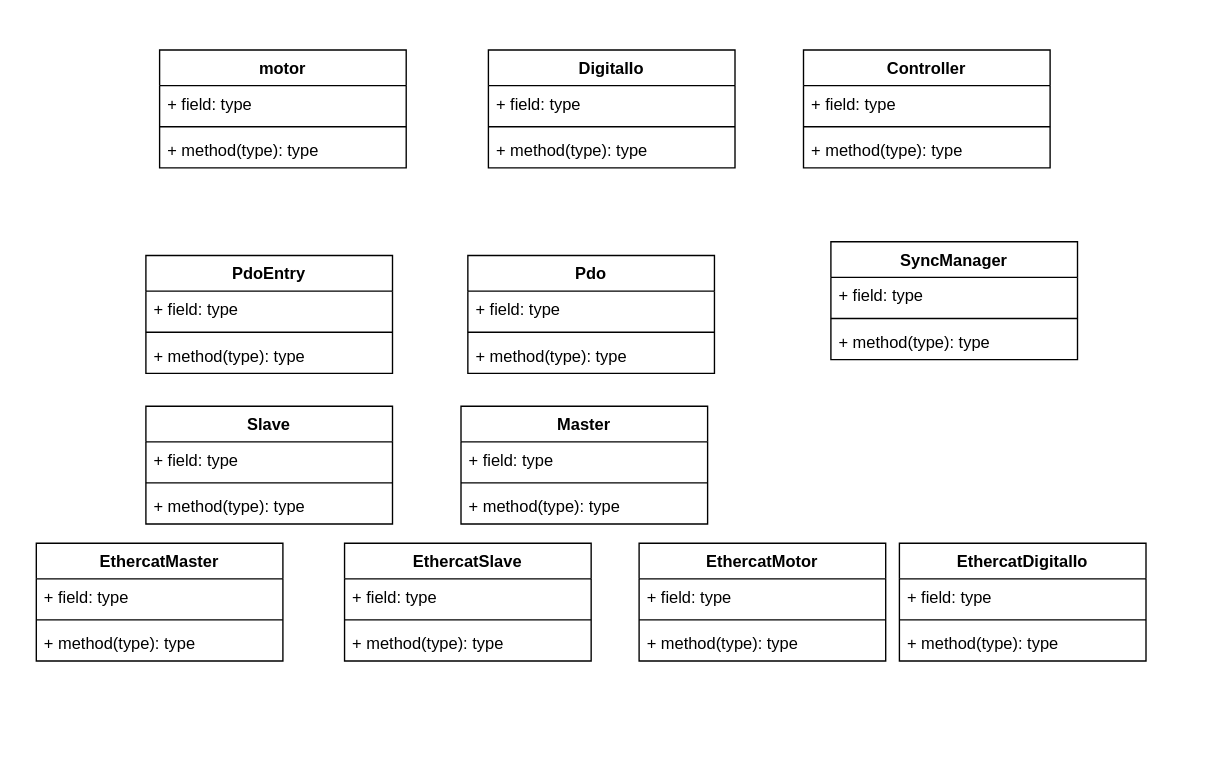
This is Untitled Diagram.drawio from jadenzhangrobot/diagrams, a draw.io file, before an edit. Source tidied: cells renumbered, new cells numbered last; positions are measured from the earlier drawing's top-left corner, leaving out a move shared by most shapes. Both pictures are drawn from the tidied source at 137%, with x=0, y=0 at pixel (36, 49).
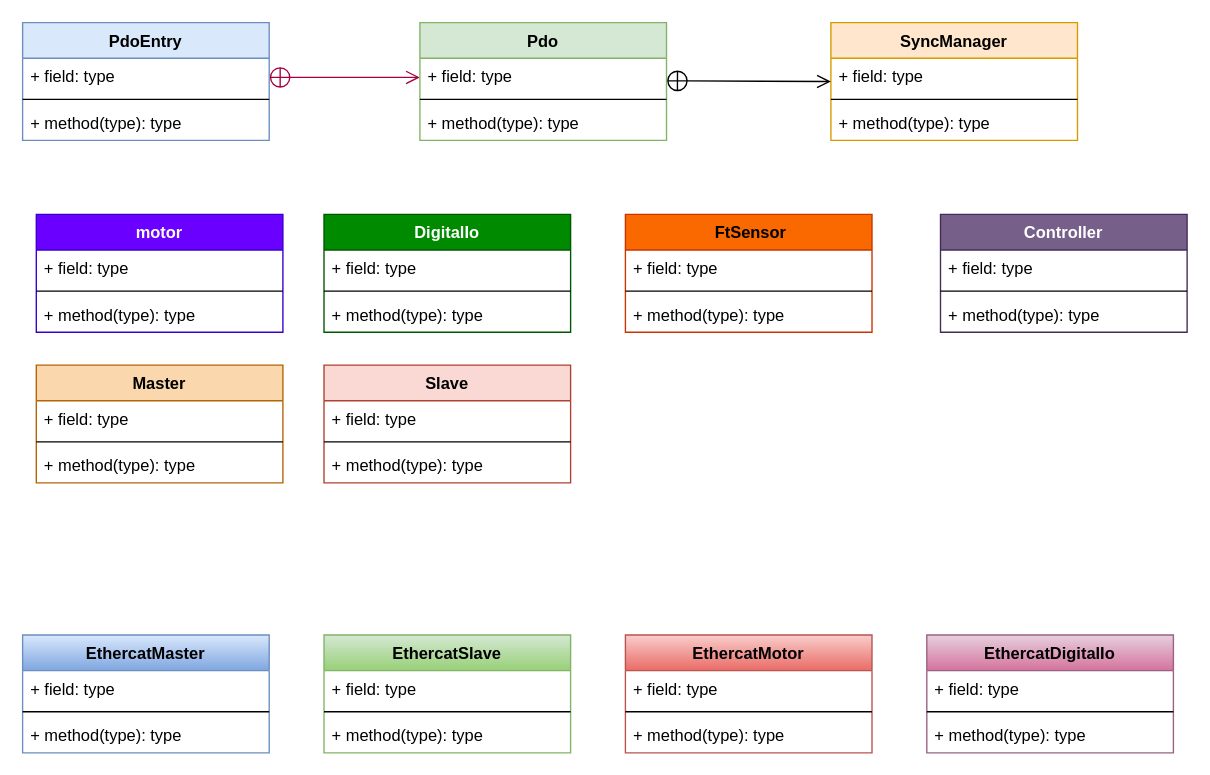
Above is the later version.

Diff of the diagram source:
```diff
@@
-    <mxCell id="2" value="motor" style="swimlane;fontStyle=1;align=center;verticalAlign=top;horizontal=1;startSize=26;" parent="1" vertex="1">
-      <mxGeometry x="90" width="180" height="86" as="geometry" />
+    <mxCell id="2" value="motor" style="swimlane;fontStyle=1;align=center;verticalAlign=top;horizontal=1;startSize=26;fillColor=#6a00ff;fontColor=#ffffff;strokeColor=#3700CC;" parent="1" vertex="1">
+      <mxGeometry y="120" width="180" height="86" as="geometry" />
     </mxCell>
@@
-    <mxCell id="6" value="DigitalIo" style="swimlane;fontStyle=1;align=center;verticalAlign=top;horizontal=1;startSize=26;" parent="1" vertex="1">
-      <mxGeometry x="330" width="180" height="86" as="geometry" />
+    <mxCell id="6" value="DigitalIo" style="swimlane;fontStyle=1;align=center;verticalAlign=top;horizontal=1;startSize=26;fillColor=#008a00;fontColor=#ffffff;strokeColor=#005700;" parent="1" vertex="1">
+      <mxGeometry x="210" y="120" width="180" height="86" as="geometry" />
     </mxCell>
@@
-    <mxCell id="10" value="PdoEntry" style="swimlane;fontStyle=1;align=center;verticalAlign=top;horizontal=1;startSize=26;" parent="1" vertex="1">
-      <mxGeometry x="80" y="150" width="180" height="86" as="geometry" />
+    <mxCell id="10" value="PdoEntry" style="swimlane;fontStyle=1;align=center;verticalAlign=top;horizontal=1;startSize=26;fillColor=#dae8fc;strokeColor=#6c8ebf;" parent="1" vertex="1">
+      <mxGeometry x="-10" y="-20" width="180" height="86" as="geometry" />
     </mxCell>
+    <mxCell id="50" style="endArrow=open;startArrow=circlePlus;endFill=0;startFill=0;endSize=8;html=1;rounded=0;fillColor=#d80073;strokeColor=#A50040;" parent="10" edge="1">
+      <mxGeometry relative="1" as="geometry">
+        <mxPoint x="180" y="40" as="sourcePoint" />
+        <mxPoint x="290" y="40" as="targetPoint" />
+      </mxGeometry>
+    </mxCell>
@@
-    <mxCell id="14" value="SyncManager" style="swimlane;fontStyle=1;align=center;verticalAlign=top;horizontal=1;startSize=26;" parent="1" vertex="1">
-      <mxGeometry x="580" y="140" width="180" height="86" as="geometry" />
+    <mxCell id="14" value="SyncManager" style="swimlane;fontStyle=1;align=center;verticalAlign=top;horizontal=1;startSize=26;fillColor=#ffe6cc;strokeColor=#d79b00;" parent="1" vertex="1">
+      <mxGeometry x="580" y="-20" width="180" height="86" as="geometry" />
     </mxCell>
@@
-    <mxCell id="18" value="    Pdo" style="swimlane;fontStyle=1;align=center;verticalAlign=top;horizontal=1;startSize=26;" parent="1" vertex="1">
-      <mxGeometry x="315" y="150" width="180" height="86" as="geometry" />
+    <mxCell id="18" value="    Pdo" style="swimlane;fontStyle=1;align=center;verticalAlign=top;horizontal=1;startSize=26;fillColor=#d5e8d4;strokeColor=#82b366;" parent="1" vertex="1">
+      <mxGeometry x="280" y="-20" width="180" height="86" as="geometry" />
     </mxCell>
@@
-    <mxCell id="22" value="EthercatMaster" style="swimlane;fontStyle=1;align=center;verticalAlign=top;horizontal=1;startSize=26;" parent="1" vertex="1">
-      <mxGeometry y="360" width="180" height="86" as="geometry" />
+    <mxCell id="22" value="EthercatMaster" style="swimlane;fontStyle=1;align=center;verticalAlign=top;horizontal=1;startSize=26;fillColor=#dae8fc;gradientColor=#7ea6e0;strokeColor=#6c8ebf;" parent="1" vertex="1">
+      <mxGeometry x="-10" y="427" width="180" height="86" as="geometry" />
     </mxCell>
@@
-    <mxCell id="26" value="EthercatMotor" style="swimlane;fontStyle=1;align=center;verticalAlign=top;horizontal=1;startSize=26;" parent="1" vertex="1">
-      <mxGeometry x="440" y="360" width="180" height="86" as="geometry" />
+    <mxCell id="26" value="EthercatMotor" style="swimlane;fontStyle=1;align=center;verticalAlign=top;horizontal=1;startSize=26;fillColor=#f8cecc;gradientColor=#ea6b66;strokeColor=#b85450;" parent="1" vertex="1">
+      <mxGeometry x="430" y="427" width="180" height="86" as="geometry" />
     </mxCell>
@@
-    <mxCell id="30" value="EthercatSlave" style="swimlane;fontStyle=1;align=center;verticalAlign=top;horizontal=1;startSize=26;" parent="1" vertex="1">
-      <mxGeometry x="225" y="360" width="180" height="86" as="geometry" />
+    <mxCell id="30" value="EthercatSlave" style="swimlane;fontStyle=1;align=center;verticalAlign=top;horizontal=1;startSize=26;fillColor=#d5e8d4;gradientColor=#97d077;strokeColor=#82b366;" parent="1" vertex="1">
+      <mxGeometry x="210" y="427" width="180" height="86" as="geometry" />
     </mxCell>
@@
-    <mxCell id="34" value="EthercatDigitalIo" style="swimlane;fontStyle=1;align=center;verticalAlign=top;horizontal=1;startSize=26;" parent="1" vertex="1">
-      <mxGeometry x="630" y="360" width="180" height="86" as="geometry" />
+    <mxCell id="34" value="EthercatDigitalIo" style="swimlane;fontStyle=1;align=center;verticalAlign=top;horizontal=1;startSize=26;fillColor=#e6d0de;gradientColor=#d5739d;strokeColor=#996185;" parent="1" vertex="1">
+      <mxGeometry x="650" y="427" width="180" height="86" as="geometry" />
     </mxCell>
@@
-    <mxCell id="38" value="Controller" style="swimlane;fontStyle=1;align=center;verticalAlign=top;horizontal=1;startSize=26;" parent="1" vertex="1">
-      <mxGeometry x="560" width="180" height="86" as="geometry" />
+    <mxCell id="38" value="Controller" style="swimlane;fontStyle=1;align=center;verticalAlign=top;horizontal=1;startSize=26;fillColor=#76608a;fontColor=#ffffff;strokeColor=#432D57;" parent="1" vertex="1">
+      <mxGeometry x="660" y="120" width="180" height="86" as="geometry" />
     </mxCell>
@@
-    <mxCell id="42" value="Slave" style="swimlane;fontStyle=1;align=center;verticalAlign=top;horizontal=1;startSize=26;" parent="1" vertex="1">
-      <mxGeometry x="80" y="260" width="180" height="86" as="geometry" />
+    <mxCell id="42" value="Slave" style="swimlane;fontStyle=1;align=center;verticalAlign=top;horizontal=1;startSize=26;fillColor=#fad9d5;strokeColor=#ae4132;" parent="1" vertex="1">
+      <mxGeometry x="210" y="230" width="180" height="86" as="geometry" />
     </mxCell>
@@
-    <mxCell id="46" value="Master" style="swimlane;fontStyle=1;align=center;verticalAlign=top;horizontal=1;startSize=26;" parent="1" vertex="1">
-      <mxGeometry x="310" y="260" width="180" height="86" as="geometry" />
+    <mxCell id="46" value="Master" style="swimlane;fontStyle=1;align=center;verticalAlign=top;horizontal=1;startSize=26;fillColor=#fad7ac;strokeColor=#b46504;" parent="1" vertex="1">
+      <mxGeometry y="230" width="180" height="86" as="geometry" />
     </mxCell>
@@
+    <mxCell id="51" style="endArrow=open;startArrow=circlePlus;endFill=0;startFill=0;endSize=8;html=1;rounded=0;" parent="1" edge="1">
+      <mxGeometry relative="1" as="geometry">
+        <mxPoint x="460" y="22.5" as="sourcePoint" />
+        <mxPoint x="580" y="23" as="targetPoint" />
+      </mxGeometry>
+    </mxCell>
+    <mxCell id="52" value=" FtSensor " style="swimlane;fontStyle=1;align=center;verticalAlign=top;horizontal=1;startSize=26;fillColor=#fa6800;fontColor=#000000;strokeColor=#C73500;" parent="1" vertex="1">
+      <mxGeometry x="430" y="120" width="180" height="86" as="geometry" />
+    </mxCell>
+    <mxCell id="53" value="+ field: type" style="text;strokeColor=none;fillColor=none;align=left;verticalAlign=top;spacingLeft=4;spacingRight=4;overflow=hidden;" parent="52" vertex="1">
+      <mxGeometry y="26" width="180" height="26" as="geometry" />
+    </mxCell>
+    <mxCell id="54" style="line;strokeWidth=1;fillColor=none;align=left;verticalAlign=middle;spacingTop=-1;spacingLeft=3;spacingRight=3;labelPosition=right;" parent="52" vertex="1">
+      <mxGeometry y="52" width="180" height="8" as="geometry" />
+    </mxCell>
+    <mxCell id="55" value="+ method(type): type" style="text;strokeColor=none;fillColor=none;align=left;verticalAlign=top;spacingLeft=4;spacingRight=4;overflow=hidden;" parent="52" vertex="1">
+      <mxGeometry y="60" width="180" height="26" as="geometry" />
+    </mxCell>
```
